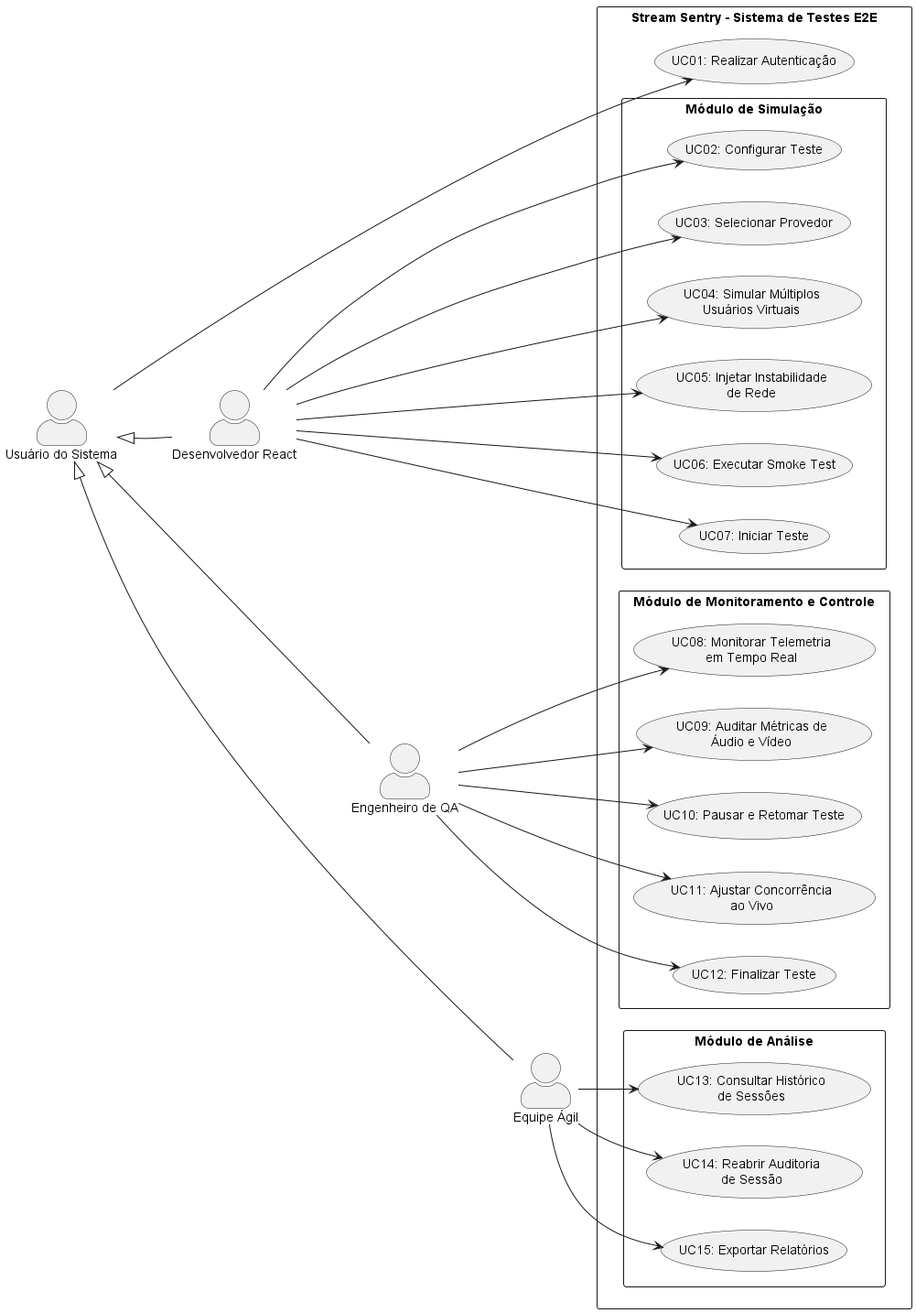
Earlier version of the PlantUML export Artefatos/CasosDeUso.png (ICEI-PUC-Minas-PPLES-TI/plf-es-2025-2-tcci-0393100-dev-rafael-parreira).
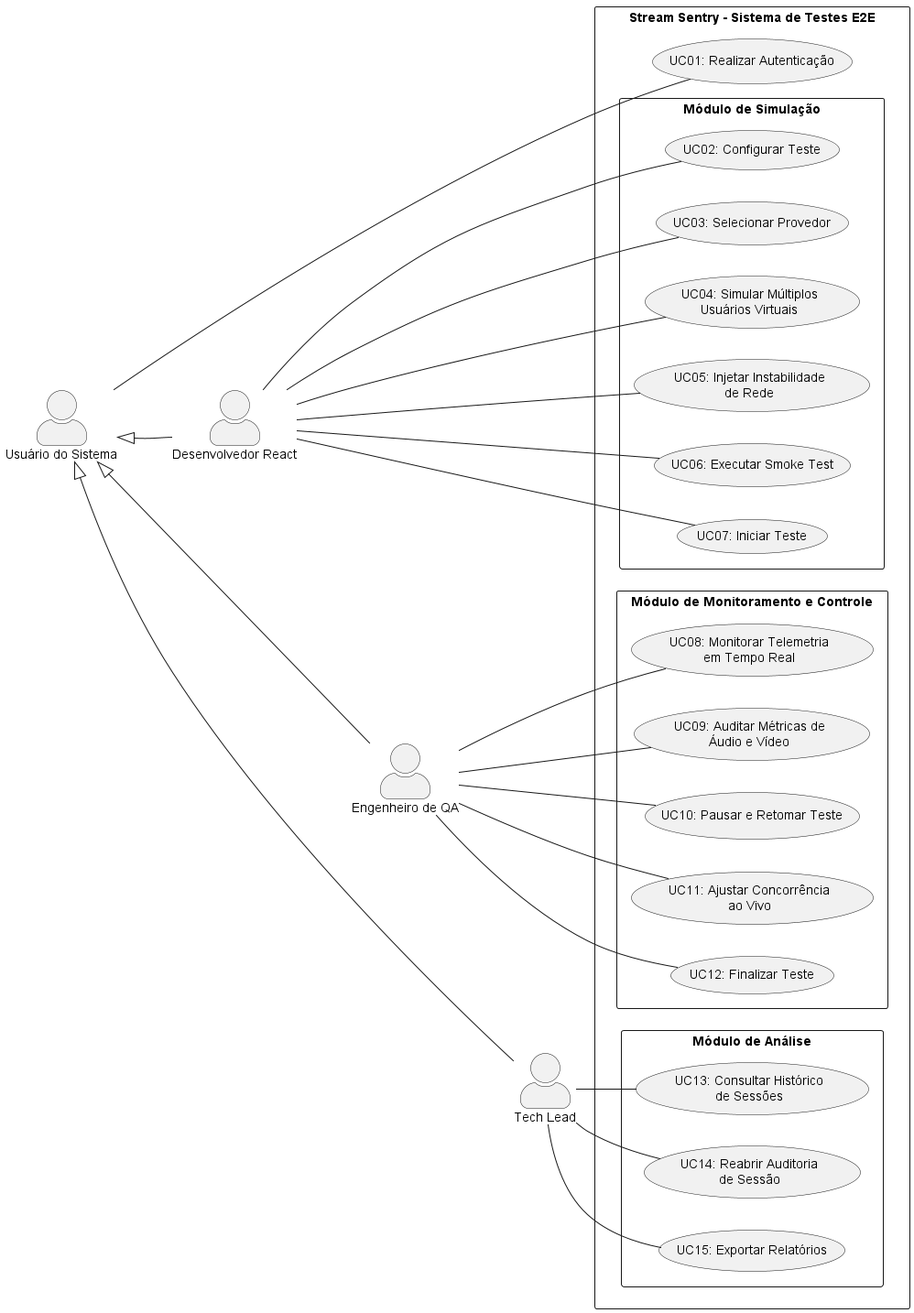
After the commit.

Commit message:
docs: aplica ajustes da banca no diagrama de casos de uso e user stories

Substitui o ator Equipe Agil por Tech Lead (papel unico presente nas
personas), troca as setas das associacoes ator-caso de uso por linhas
simples (associacao nao direcionada) e remove decisoes tecnicas das user
stories (Strategy Pattern e WebSockets), mantendo o foco na perspectiva
do usuario. Atualiza as tabelas correspondentes no Projeto-TCC2.

Change to the diagram source:
```diff
@@ -7,15 +7,15 @@
 actor "Usuário do Sistema" as User
 actor "Desenvolvedor React" as Dev
 actor "Engenheiro de QA" as QA
-actor "Equipe Ágil" as Equipe
+actor "Tech Lead" as TechLead
 
 User <|-- Dev
 User <|-- QA
-User <|-- Equipe
+User <|-- TechLead
 
 User -[hidden]down- Dev
 Dev -[hidden]down- QA
-QA -[hidden]down- Equipe
+QA -[hidden]down- TechLead
 
 rectangle "Stream Sentry - Sistema de Testes E2E" {
 
@@ -45,23 +45,23 @@
     }
 }
 
-User --> UC01
+User -- UC01
 
-Dev --> UC02
-Dev --> UC03
-Dev --> UC04
-Dev --> UC05
-Dev --> UC06
-Dev --> UC07
+Dev -- UC02
+Dev -- UC03
+Dev -- UC04
+Dev -- UC05
+Dev -- UC06
+Dev -- UC07
 
-QA --> UC08
-QA --> UC09
-QA --> UC10
-QA --> UC11
-QA --> UC12
+QA -- UC08
+QA -- UC09
+QA -- UC10
+QA -- UC11
+QA -- UC12
 
-Equipe --> UC13
-Equipe --> UC14
-Equipe --> UC15
+TechLead -- UC13
+TechLead -- UC14
+TechLead -- UC15
 
 @enduml
```
